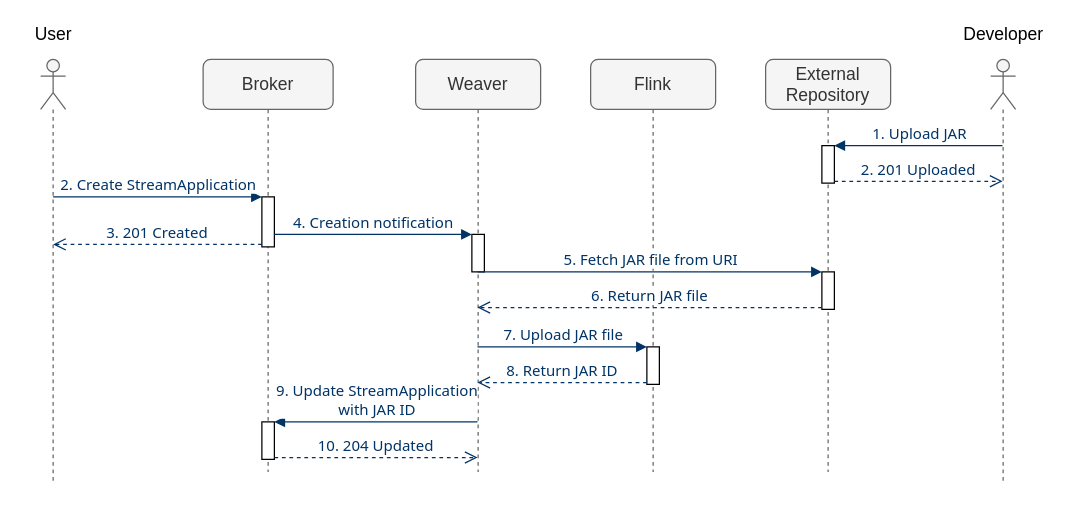
Before: page "stream-app-sequence" (7 of 10) of docs/data-aggregator.drawio in giros-dit/semantic-data-aggregator, a draw.io diagram. Source tidied: cells renumbered, new cells numbered last; positions are measured from the earlier drawing's top-left corner, leaving out a move shared by most shapes. Both pictures are drawn from the tidied source at 125%, with x=0, y=0 at pixel (21, 21).
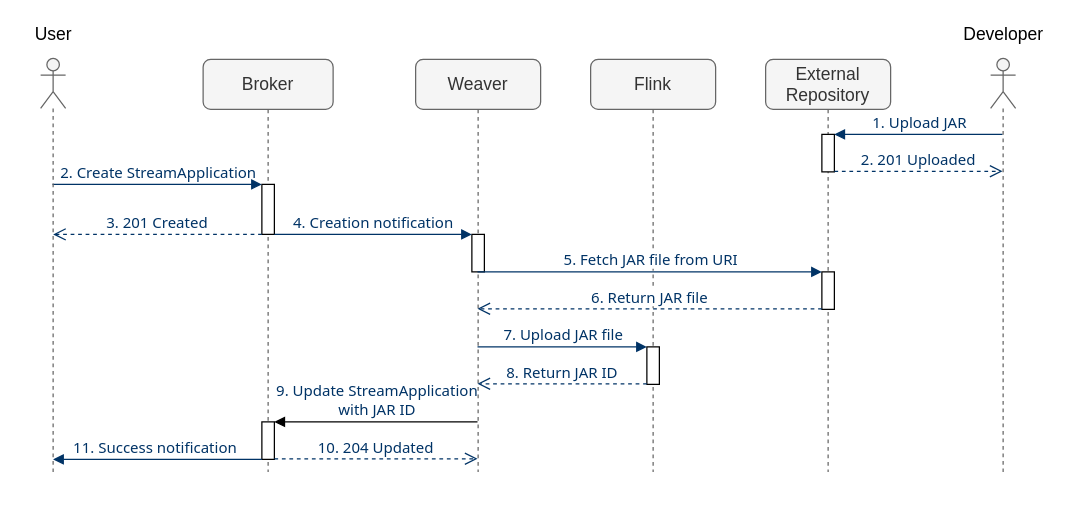
Above is the later version.

The change refers to these unchanged cells:
```xml
<mxCell id="2" value="Broker" style="shape=umlLifeline;perimeter=lifelinePerimeter;whiteSpace=wrap;html=1;rounded=1;fontSize=14;fontColor=#333333;strokeColor=#666666;fillColor=#f5f5f5;" parent="1" vertex="1">
  <mxGeometry x="145" y="30" width="104" height="330" as="geometry" />
</mxCell>
<mxCell id="4" style="html=1;points=[];perimeter=orthogonalPerimeter;fontFamily=Tahoma;fontSize=12;fontColor=#003366;" parent="2" vertex="1">
  <mxGeometry x="47" y="290" width="10" height="30" as="geometry" />
</mxCell>
<mxCell id="8" style="html=1;points=[];perimeter=orthogonalPerimeter;fontFamily=Tahoma;fontSize=12;fontColor=#003366;" parent="7" vertex="1">
  <mxGeometry x="45" y="230" width="10" height="30" as="geometry" />
</mxCell>
<mxCell id="9" value="External Repository" style="shape=umlLifeline;perimeter=lifelinePerimeter;whiteSpace=wrap;html=1;rounded=1;fontSize=14;fontColor=#333333;strokeColor=#666666;fillColor=#f5f5f5;" parent="1" vertex="1">
  <mxGeometry x="595" y="30" width="100" height="330" as="geometry" />
</mxCell>
<mxCell id="10" style="html=1;points=[];perimeter=orthogonalPerimeter;fontFamily=Tahoma;fontSize=12;fontColor=#003366;" parent="9" vertex="1">
  <mxGeometry x="45" y="170" width="10" height="30" as="geometry" />
</mxCell>
```

Change to the diagram source:
```diff
@@
     <mxCell id="3" style="html=1;points=[];perimeter=orthogonalPerimeter;fontFamily=Tahoma;fontSize=12;fontColor=#003366;" parent="2" vertex="1">
-      <mxGeometry x="47" y="110" width="10" height="40" as="geometry" />
+      <mxGeometry x="47" y="100" width="10" height="40" as="geometry" />
     </mxCell>
@@
     <mxCell id="11" style="html=1;points=[];perimeter=orthogonalPerimeter;fontSize=16;fontColor=#000066;" parent="9" vertex="1">
-      <mxGeometry x="45" y="69" width="10" height="30" as="geometry" />
+      <mxGeometry x="45" y="60" width="10" height="30" as="geometry" />
     </mxCell>
@@
-    <mxCell id="14" value="6. Return JAR file" style="html=1;verticalAlign=bottom;endArrow=open;dashed=1;endSize=8;exitX=0;exitY=0.95;strokeColor=#003366;fontFamily=Tahoma;fontSize=12;fontColor=#003366;" parent="1" edge="1" source="10">
+    <mxCell id="14" value="6. Return JAR file" style="html=1;verticalAlign=bottom;endArrow=open;dashed=1;endSize=8;exitX=0;exitY=0.95;strokeColor=#003366;fontFamily=Tahoma;fontSize=12;fontColor=#003366;" parent="1" edge="1">
       <mxGeometry relative="1" as="geometry">
-        <mxPoint x="364.5" y="228.5" as="targetPoint" />
+        <mxPoint x="640" y="229.5" as="sourcePoint" />
+        <mxPoint x="364.5" y="229.5" as="targetPoint" />
       </mxGeometry>
     </mxCell>
@@
-    <mxCell id="16" value="8. Return JAR ID" style="html=1;verticalAlign=bottom;endArrow=open;dashed=1;endSize=8;exitX=0;exitY=0.95;strokeColor=#003366;fontFamily=Tahoma;fontSize=12;fontColor=#003366;" parent="1" edge="1" source="8">
+    <mxCell id="16" value="8. Return JAR ID" style="html=1;verticalAlign=bottom;endArrow=open;dashed=1;endSize=8;exitX=0;exitY=0.95;strokeColor=#003366;fontFamily=Tahoma;fontSize=12;fontColor=#003366;" parent="1" edge="1">
       <mxGeometry relative="1" as="geometry">
-        <mxPoint x="364.5" y="288.5" as="targetPoint" />
+        <mxPoint x="500" y="289.5" as="sourcePoint" />
+        <mxPoint x="364.5" y="289.5" as="targetPoint" />
       </mxGeometry>
     </mxCell>
-    <mxCell id="17" value="2. Create StreamApplication" style="html=1;verticalAlign=bottom;endArrow=block;entryX=0;entryY=0;strokeColor=#003366;fontFamily=Tahoma;fontSize=12;fontColor=#003366;" parent="1" edge="1" target="3">
-      <mxGeometry relative="1" as="geometry">
-        <mxPoint x="25" y="140" as="sourcePoint" />
-      </mxGeometry>
+    <mxCell id="17" value="2. Create StreamApplication" style="html=1;verticalAlign=bottom;endArrow=block;entryX=0;entryY=0;strokeColor=#003366;fontFamily=Tahoma;fontSize=12;fontColor=#003366;labelBackgroundColor=none;" parent="1" edge="1" source="27" target="3">
+      <mxGeometry relative="1" as="geometry" />
     </mxCell>
-    <mxCell id="18" value="3. 201 Created" style="html=1;verticalAlign=bottom;endArrow=open;dashed=1;endSize=8;exitX=0;exitY=0.95;strokeColor=#003366;fontFamily=Tahoma;fontSize=12;fontColor=#003366;" parent="1" edge="1" source="3">
+    <mxCell id="18" value="3. 201 Created" style="html=1;verticalAlign=bottom;endArrow=open;dashed=1;endSize=8;exitX=0;exitY=0.95;strokeColor=#003366;fontFamily=Tahoma;fontSize=12;fontColor=#003366;" parent="1" edge="1">
       <mxGeometry relative="1" as="geometry">
-        <mxPoint x="25" y="178" as="targetPoint" />
+        <mxPoint x="192" y="170" as="sourcePoint" />
+        <mxPoint x="25" y="170" as="targetPoint" />
       </mxGeometry>
     </mxCell>
-    <mxCell id="19" value="9. Update StreamApplication &lt;br&gt;with JAR ID" style="html=1;verticalAlign=bottom;endArrow=block;entryX=1;entryY=0;strokeColor=#003366;fontFamily=Tahoma;fontSize=12;fontColor=#003366;" parent="1" edge="1" target="4">
+    <mxCell id="19" value="9. Update StreamApplication &lt;br&gt;with JAR ID" style="html=1;verticalAlign=bottom;endArrow=block;entryX=1;entryY=0;fontFamily=Tahoma;fontSize=12;fontColor=#003366;shadow=0;labelBackgroundColor=none;" parent="1" edge="1" target="4">
       <mxGeometry relative="1" as="geometry">
         <mxPoint x="364.5" y="320" as="sourcePoint" />
       </mxGeometry>
     </mxCell>
-    <mxCell id="20" value="10. 204 Updated" style="html=1;verticalAlign=bottom;endArrow=open;dashed=1;endSize=8;exitX=1;exitY=0.95;strokeColor=#003366;fontFamily=Tahoma;fontSize=12;fontColor=#003366;" parent="1" edge="1" source="4">
+    <mxCell id="20" value="10. 204 Updated" style="html=1;verticalAlign=bottom;endArrow=open;dashed=1;endSize=8;exitX=1;exitY=0.95;strokeColor=#003366;fontFamily=Tahoma;fontSize=12;fontColor=#003366;" parent="1" edge="1">
       <mxGeometry relative="1" as="geometry">
-        <mxPoint x="364.5" y="348.5" as="targetPoint" />
+        <mxPoint x="202" y="349.5" as="sourcePoint" />
+        <mxPoint x="364.5" y="349.5" as="targetPoint" />
       </mxGeometry>
     </mxCell>
-    <mxCell id="21" value="1. Upload JAR" style="html=1;verticalAlign=bottom;endArrow=block;entryX=1;entryY=0;fontSize=12;fontColor=#003366;fontFamily=Tahoma;strokeColor=#003366;" parent="1" edge="1" source="24" target="11">
-      <mxGeometry relative="1" as="geometry" />
+    <mxCell id="21" value="1. Upload JAR" style="html=1;verticalAlign=bottom;endArrow=block;entryX=1;entryY=0;fontSize=12;fontColor=#003366;fontFamily=Tahoma;strokeColor=#003366;" parent="1" edge="1" target="11">
+      <mxGeometry relative="1" as="geometry">
+        <mxPoint x="784.5" y="90" as="sourcePoint" />
+      </mxGeometry>
     </mxCell>
-    <mxCell id="22" value="2. 201 Uploaded" style="html=1;verticalAlign=bottom;endArrow=open;dashed=1;endSize=8;exitX=1;exitY=0.95;fontSize=12;fontColor=#003366;fontFamily=Tahoma;strokeColor=#003366;" parent="1" edge="1" source="11" target="24">
-      <mxGeometry relative="1" as="geometry" />
+    <mxCell id="22" value="2. 201 Uploaded" style="html=1;verticalAlign=bottom;endArrow=open;dashed=1;endSize=8;exitX=1;exitY=0.95;fontSize=12;fontColor=#003366;fontFamily=Tahoma;strokeColor=#003366;" parent="1" edge="1">
+      <mxGeometry relative="1" as="geometry">
+        <mxPoint x="650" y="119.5" as="sourcePoint" />
+        <mxPoint x="784.5" y="119.5" as="targetPoint" />
+      </mxGeometry>
     </mxCell>
     <mxCell id="23" style="group;" parent="1" vertex="1">
-      <mxGeometry x="745" width="80" height="370" as="geometry" />
+      <mxGeometry x="745" width="80" height="360" as="geometry" />
     </mxCell>
     <mxCell id="24" style="shape=umlLifeline;participant=umlActor;perimeter=lifelinePerimeter;whiteSpace=wrap;html=1;verticalAlign=middle;outlineConnect=0;fontSize=14;rounded=1;fontColor=#333333;strokeColor=#666666;fillColor=#f5f5f5;" parent="23" vertex="1">
-      <mxGeometry x="30" y="30" width="20" height="340" as="geometry" />
+      <mxGeometry x="30" y="29.2" width="20" height="330.8" as="geometry" />
     </mxCell>
@@
     <mxCell id="26" style="group;" parent="1" vertex="1">
-      <mxGeometry width="50" height="370" as="geometry" />
+      <mxGeometry width="50" height="360" as="geometry" />
     </mxCell>
     <mxCell id="27" style="shape=umlLifeline;participant=umlActor;perimeter=lifelinePerimeter;whiteSpace=wrap;html=1;verticalAlign=middle;outlineConnect=0;fontSize=14;rounded=1;fontColor=#333333;strokeColor=#666666;fillColor=#f5f5f5;" parent="26" vertex="1">
-      <mxGeometry x="15" y="30" width="20" height="340" as="geometry" />
+      <mxGeometry x="15" y="29.2" width="20" height="330.8" as="geometry" />
     </mxCell>
@@
+    <mxCell id="29" value="11. Success notification&amp;nbsp;" style="html=1;verticalAlign=bottom;endArrow=block;strokeColor=#003366;fontFamily=Tahoma;fontSize=12;fontColor=#003366;" parent="1" edge="1">
+      <mxGeometry relative="1" as="geometry">
+        <mxPoint x="192" y="350" as="sourcePoint" />
+        <mxPoint x="25" y="350" as="targetPoint" />
+      </mxGeometry>
+    </mxCell>
```
